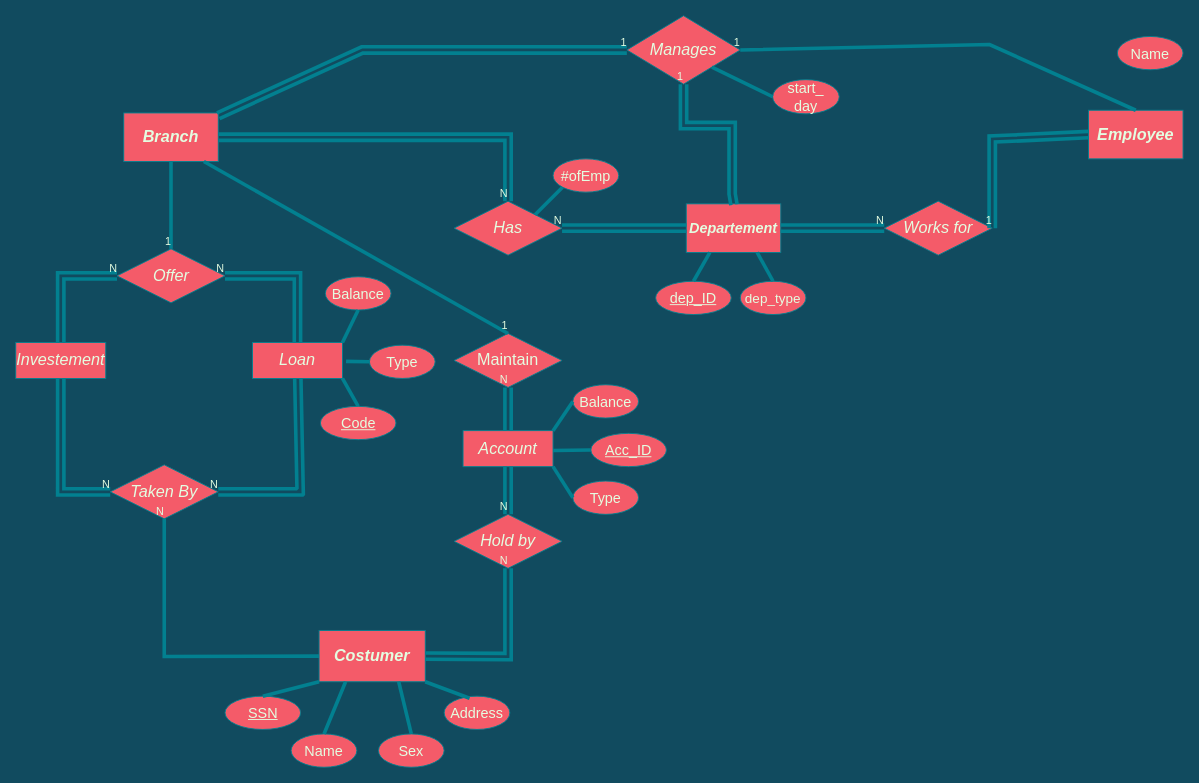
omgits0mar/Database_fcis keeps this draw.io diagram as BankManagement_ERD.drawio. Above is the earlier version. Source tidied: cells renumbered, new cells numbered last; positions are measured from the earlier drawing's top-left corner, leaving out a move shared by most shapes. Both pictures are drawn from the tidied source at 90%, with x=0, y=0 at pixel (15, 15).
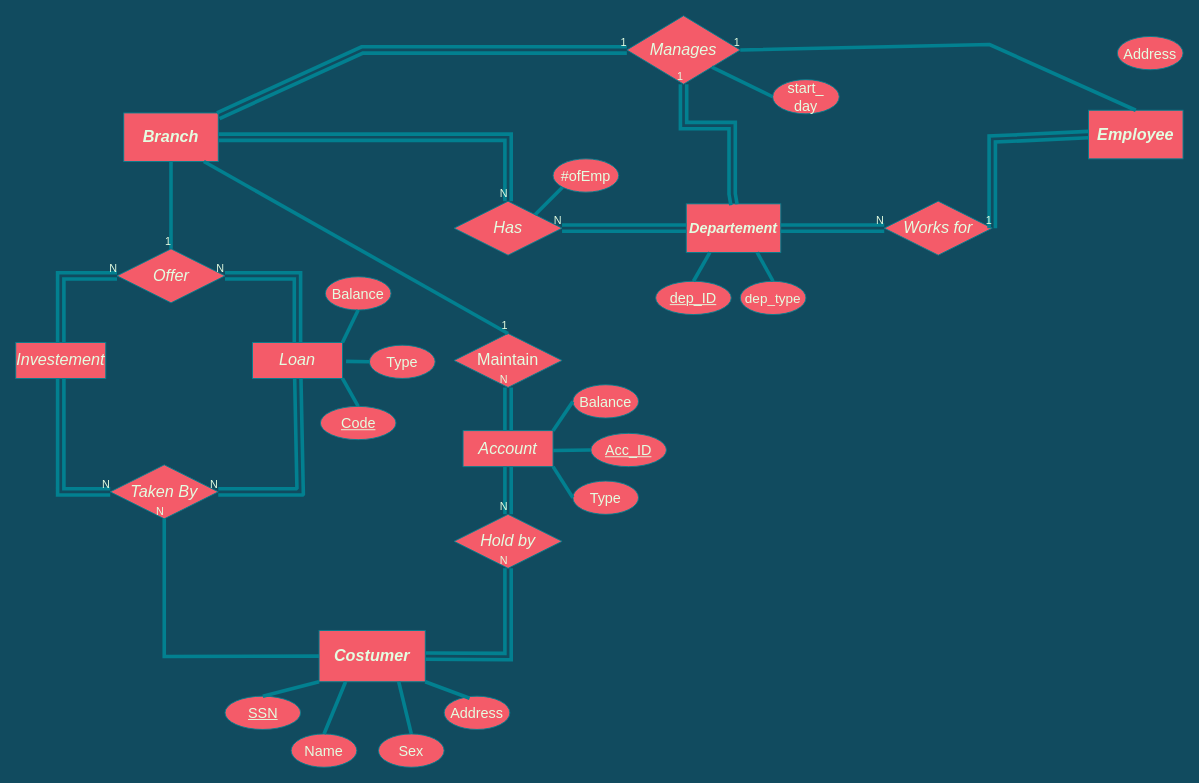
The same diagram, later.

What changed in the source:
```diff
@@
-    <mxCell id="78" value="&lt;font style=&quot;font-size: 16px&quot;&gt;Name&lt;/font&gt;" style="ellipse;whiteSpace=wrap;html=1;align=center;rounded=0;sketch=0;strokeColor=#028090;fillColor=#F45B69;fontSize=14;fontColor=#E4FDE1;" parent="1" vertex="1">
+    <mxCell id="78" value="&lt;font style=&quot;font-size: 16px&quot;&gt;Address&lt;br&gt;&lt;/font&gt;" style="ellipse;whiteSpace=wrap;html=1;align=center;rounded=0;sketch=0;strokeColor=#028090;fillColor=#F45B69;fontSize=14;fontColor=#E4FDE1;" parent="1" vertex="1">
       <mxGeometry x="1224" y="23" width="73" height="37" as="geometry" />
     </mxCell>
```
